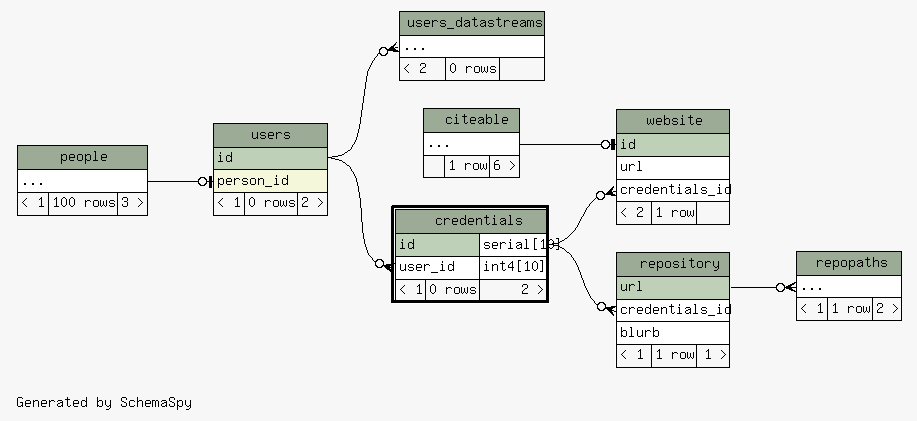
Above: database/ss/diagrams/credentials.2degrees.png in tgbugs/mlab (Graphviz), before the change. Its source is kept beside it as database/ss/diagrams/credentials.2degrees.dot.
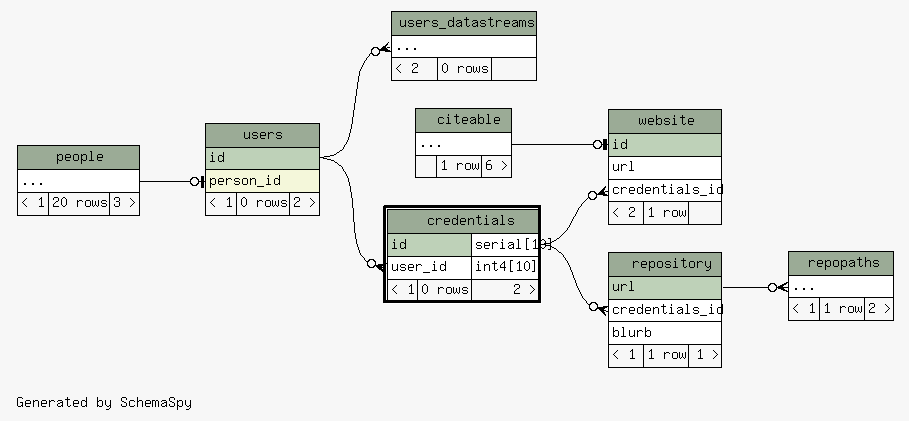
The same file after the commit.

The edit, as a diff of the source:
```diff
@@ -50,7 +50,7 @@
     <TABLE BORDER="0" CELLBORDER="1" CELLSPACING="0" BGCOLOR="#ffffff">
       <TR><TD COLSPAN="3" BGCOLOR="#9bab96" ALIGN="CENTER">people</TD></TR>
       <TR><TD PORT="elipses" COLSPAN="3" ALIGN="LEFT">...</TD></TR>
-      <TR><TD ALIGN="LEFT" BGCOLOR="#f7f7f7">&lt; 1</TD><TD ALIGN="RIGHT" BGCOLOR="#f7f7f7">100 rows</TD><TD ALIGN="RIGHT" BGCOLOR="#f7f7f7">3 &gt;</TD></TR>
+      <TR><TD ALIGN="LEFT" BGCOLOR="#f7f7f7">&lt; 1</TD><TD ALIGN="RIGHT" BGCOLOR="#f7f7f7">20 rows</TD><TD ALIGN="RIGHT" BGCOLOR="#f7f7f7">3 &gt;</TD></TR>
     </TABLE>>
     URL="people.html"
     tooltip="people"
```
